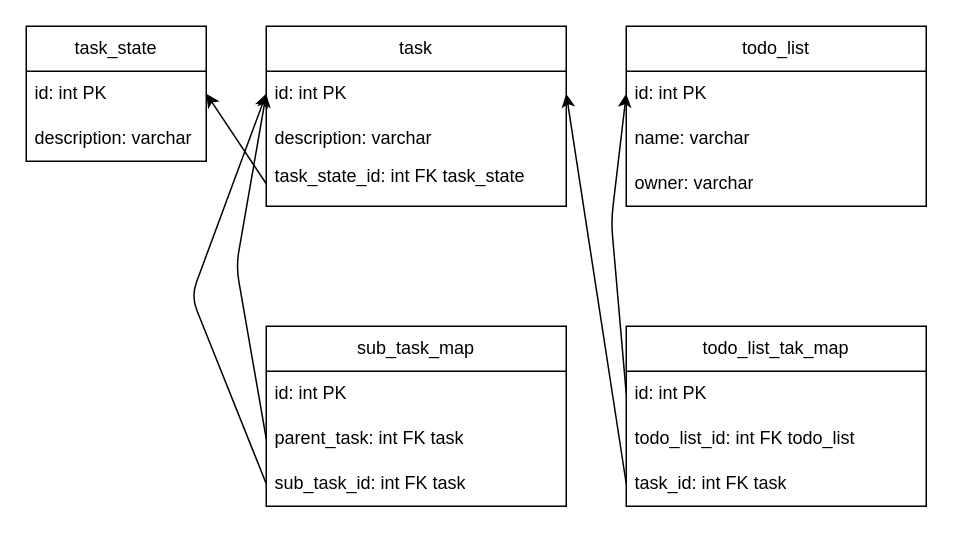
Above: doc/schema.drawio in DomenicoDErasmo/todo (draw.io), before the change. Source tidied: cells renumbered, new cells numbered last; positions are measured from the earlier drawing's top-left corner, leaving out a move shared by most shapes. Both pictures are drawn from the tidied source at 150%, with x=0, y=0 at pixel (26, 26).
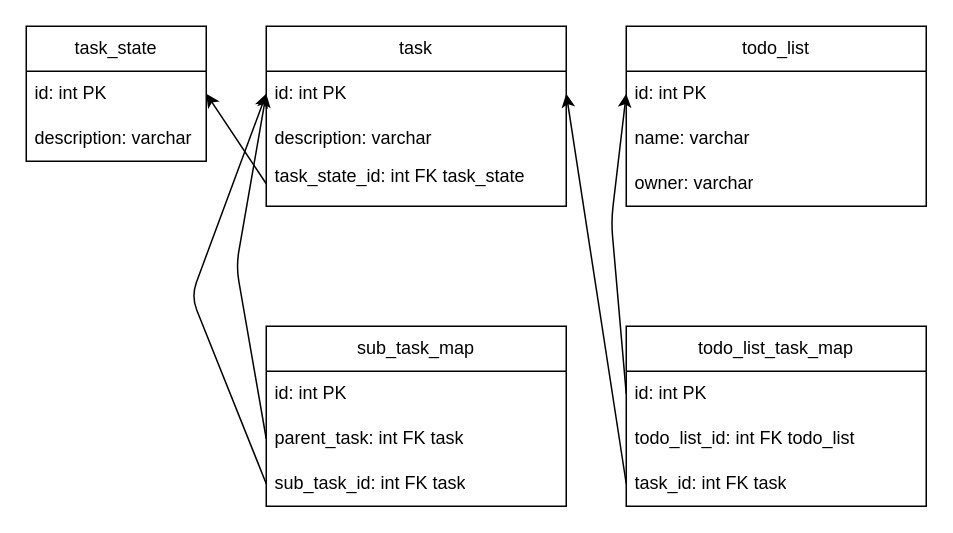
The same diagram, later.

Change to the diagram source:
```diff
@@
-    <mxCell id="20" value="todo_list_tak_map" style="swimlane;fontStyle=0;horizontal=1;startSize=30;whiteSpace=wrap;html=1;" parent="1" vertex="1">
+    <mxCell id="20" value="todo_list_task_map" style="swimlane;fontStyle=0;horizontal=1;startSize=30;whiteSpace=wrap;html=1;" parent="1" vertex="1">
       <mxGeometry x="400" y="200" width="200" height="120" as="geometry" />
     </mxCell>
```
